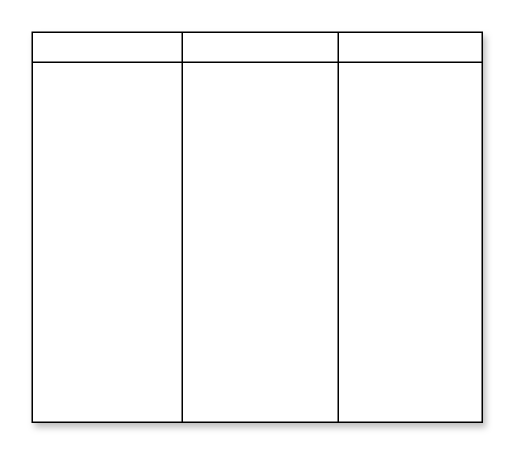
The draw.io diagram Untitled Diagram.drawio in pratik4999/kitchencafe, before the edit. Source tidied: cells renumbered, new cells numbered last; positions are measured from the earlier drawing's top-left corner, leaving out a move shared by most shapes. Both pictures are drawn from the tidied source at 150%, with x=0, y=0 at pixel (32, 32).
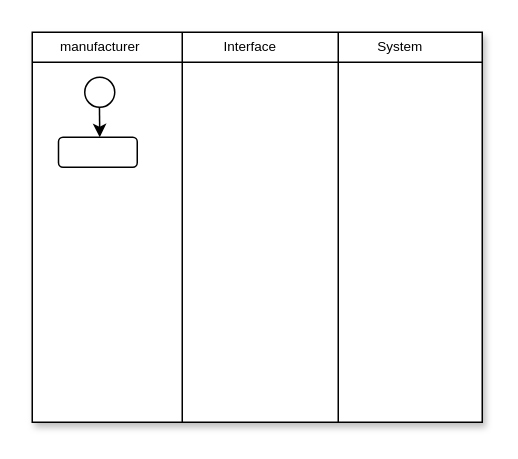
After the change.

What changed in the source:
```diff
@@
 <mxGraphModel>
   <root>
     <mxCell id="0" />
     <mxCell id="1" parent="0" />
     <mxCell id="2" style="shape=internalStorage;whiteSpace=wrap;html=1;backgroundOutline=1;dx=100;dy=20;shadow=1;" parent="1" vertex="1">
       <mxGeometry width="300" height="260" as="geometry" />
     </mxCell>
     <mxCell id="3" style="endArrow=none;html=1;rounded=0;" parent="1" edge="1">
       <mxGeometry relative="1" as="geometry">
         <mxPoint x="204" y="170" as="sourcePoint" />
         <mxPoint x="204" as="targetPoint" />
         <Array as="points">
           <mxPoint x="204" y="260" />
           <mxPoint x="204" y="50" />
         </Array>
       </mxGeometry>
     </mxCell>
+    <mxCell id="4" value="manufacturer" style="text;html=1;align=center;verticalAlign=middle;fillColor=none;strokeColor=none;rounded=0;shadow=0;fontSize=9;" parent="1" vertex="1">
+      <mxGeometry x="10" width="70" height="20" as="geometry" />
+    </mxCell>
+    <mxCell id="5" value="Interface" style="text;html=1;align=center;verticalAlign=middle;fillColor=none;strokeColor=none;rounded=0;shadow=0;fontSize=9;" parent="1" vertex="1">
+      <mxGeometry x="120" width="50" height="20" as="geometry" />
+    </mxCell>
+    <mxCell id="6" value="System" style="text;html=1;align=center;verticalAlign=middle;fillColor=none;strokeColor=none;rounded=0;shadow=0;fontSize=9;" parent="1" vertex="1">
+      <mxGeometry x="220" width="50" height="20" as="geometry" />
+    </mxCell>
+    <mxCell id="7" style="ellipse;whiteSpace=wrap;html=1;shadow=0;fontSize=9;" parent="1" vertex="1">
+      <mxGeometry x="35" y="30" width="20" height="20" as="geometry" />
+    </mxCell>
+    <mxCell id="8" style="endArrow=classic;html=1;rounded=0;fontSize=9;" parent="1" edge="1">
+      <mxGeometry relative="1" as="geometry">
+        <mxPoint x="44.8" y="50" as="sourcePoint" />
+        <mxPoint x="45" y="70" as="targetPoint" />
+      </mxGeometry>
+    </mxCell>
+    <mxCell id="9" style="rounded=1;whiteSpace=wrap;html=1;shadow=0;fontSize=9;" parent="1" vertex="1">
+      <mxGeometry x="17.5" y="70" width="52.5" height="20" as="geometry" />
+    </mxCell>
   </root>
 </mxGraphModel>
```
